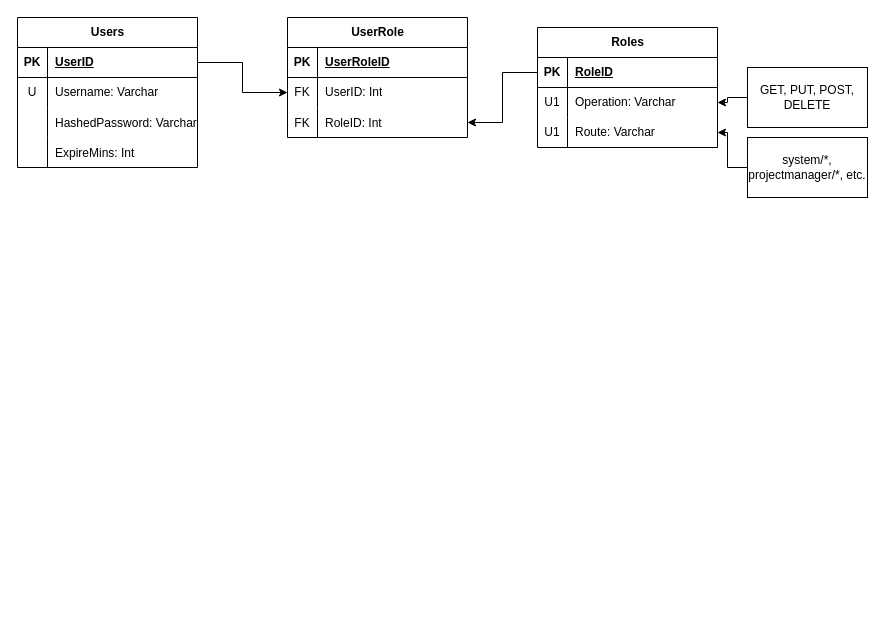
Earlier version of the draw.io diagram Documentation/system.drawio (TheChar/SphereAPI). Source tidied: cells renumbered, new cells numbered last; positions are measured from the earlier drawing's top-left corner, leaving out a move shared by most shapes. Both pictures are drawn from the tidied source at 100%, with x=0, y=0 at pixel (17, 17).
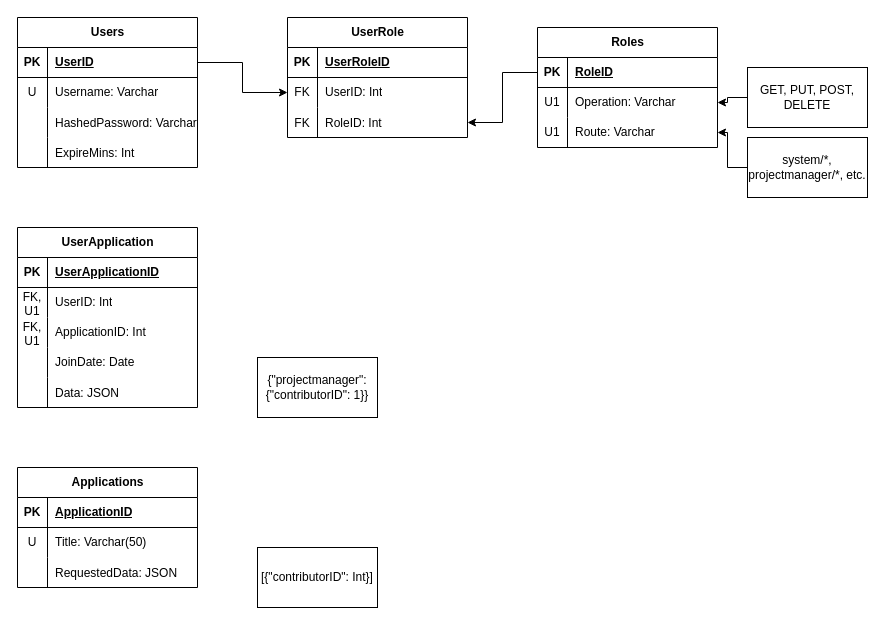
After the change.

Change to the diagram source:
```diff
@@
+    <mxCell id="41" value="Applications" style="shape=table;startSize=30;childLayout=tableLayout;rowLines=0;fontStyle=1;align=center;html=1;" parent="1" vertex="1">
+      <mxGeometry y="450" width="180" height="120" as="geometry" />
+    </mxCell>
+    <mxCell id="42" style="shape=tableRow;horizontal=0;startSize=0;swimlaneHead=0;swimlaneBody=0;fillColor=none;top=0;left=0;right=0;bottom=1;" parent="41" vertex="1">
+      <mxGeometry y="30" width="180" height="30" as="geometry" />
+    </mxCell>
+    <mxCell id="43" value="PK" style="shape=partialRectangle;fillColor=none;top=0;left=0;bottom=0;right=0;fontStyle=1;overflow=hidden;whiteSpace=wrap;html=1;" parent="42" vertex="1">
+      <mxGeometry width="30" height="30" as="geometry" />
+    </mxCell>
+    <mxCell id="44" value="ApplicationID" style="shape=partialRectangle;fillColor=none;top=0;left=0;bottom=0;right=0;align=left;spacingLeft=6;fontStyle=5;overflow=hidden;whiteSpace=wrap;html=1;" parent="42" vertex="1">
+      <mxGeometry x="30" width="150" height="30" as="geometry" />
+    </mxCell>
+    <mxCell id="45" style="shape=tableRow;horizontal=0;startSize=0;swimlaneHead=0;swimlaneBody=0;fillColor=none;top=0;left=0;right=0;bottom=0;" parent="41" vertex="1">
+      <mxGeometry y="60" width="180" height="30" as="geometry" />
+    </mxCell>
+    <mxCell id="46" value="U" style="shape=partialRectangle;fillColor=none;top=0;left=0;bottom=0;right=0;overflow=hidden;whiteSpace=wrap;html=1;" parent="45" vertex="1">
+      <mxGeometry width="30" height="30" as="geometry" />
+    </mxCell>
+    <mxCell id="47" value="Title: Varchar(50)" style="shape=partialRectangle;fillColor=none;top=0;left=0;bottom=0;right=0;align=left;spacingLeft=6;overflow=hidden;whiteSpace=wrap;html=1;" parent="45" vertex="1">
+      <mxGeometry x="30" width="150" height="30" as="geometry" />
+    </mxCell>
+    <mxCell id="48" style="shape=tableRow;horizontal=0;startSize=0;swimlaneHead=0;swimlaneBody=0;fillColor=none;top=0;left=0;right=0;bottom=0;" parent="41" vertex="1">
+      <mxGeometry y="90" width="180" height="30" as="geometry" />
+    </mxCell>
+    <mxCell id="49" style="shape=partialRectangle;fillColor=none;top=0;left=0;bottom=0;right=0;overflow=hidden;" parent="48" vertex="1">
+      <mxGeometry width="30" height="30" as="geometry" />
+    </mxCell>
+    <mxCell id="50" value="RequestedData: JSON" style="shape=partialRectangle;fillColor=none;top=0;left=0;bottom=0;right=0;align=left;spacingLeft=6;overflow=hidden;" parent="48" vertex="1">
+      <mxGeometry x="30" width="150" height="30" as="geometry" />
+    </mxCell>
+    <mxCell id="51" value="UserApplication" style="shape=table;startSize=30;childLayout=tableLayout;rowLines=0;fontStyle=1;align=center;html=1;" parent="1" vertex="1">
+      <mxGeometry y="210" width="180" height="180" as="geometry" />
+    </mxCell>
+    <mxCell id="52" style="shape=tableRow;horizontal=0;startSize=0;swimlaneHead=0;swimlaneBody=0;fillColor=none;top=0;left=0;right=0;bottom=1;" parent="51" vertex="1">
+      <mxGeometry y="30" width="180" height="30" as="geometry" />
+    </mxCell>
+    <mxCell id="53" value="PK" style="shape=partialRectangle;fillColor=none;top=0;left=0;bottom=0;right=0;fontStyle=1;overflow=hidden;whiteSpace=wrap;html=1;" parent="52" vertex="1">
+      <mxGeometry width="30" height="30" as="geometry" />
+    </mxCell>
+    <mxCell id="54" value="UserApplicationID" style="shape=partialRectangle;fillColor=none;top=0;left=0;bottom=0;right=0;align=left;spacingLeft=6;fontStyle=5;overflow=hidden;whiteSpace=wrap;html=1;" parent="52" vertex="1">
+      <mxGeometry x="30" width="150" height="30" as="geometry" />
+    </mxCell>
+    <mxCell id="55" style="shape=tableRow;horizontal=0;startSize=0;swimlaneHead=0;swimlaneBody=0;fillColor=none;top=0;left=0;right=0;bottom=0;" parent="51" vertex="1">
+      <mxGeometry y="60" width="180" height="30" as="geometry" />
+    </mxCell>
+    <mxCell id="56" value="FK,&lt;div&gt;U1&lt;/div&gt;" style="shape=partialRectangle;fillColor=none;top=0;left=0;bottom=0;right=0;overflow=hidden;whiteSpace=wrap;html=1;" parent="55" vertex="1">
+      <mxGeometry width="30" height="30" as="geometry" />
+    </mxCell>
+    <mxCell id="57" value="UserID: Int" style="shape=partialRectangle;fillColor=none;top=0;left=0;bottom=0;right=0;align=left;spacingLeft=6;overflow=hidden;whiteSpace=wrap;html=1;" parent="55" vertex="1">
+      <mxGeometry x="30" width="150" height="30" as="geometry" />
+    </mxCell>
+    <mxCell id="58" style="shape=tableRow;horizontal=0;startSize=0;swimlaneHead=0;swimlaneBody=0;fillColor=none;top=0;left=0;right=0;bottom=0;" parent="51" vertex="1">
+      <mxGeometry y="90" width="180" height="30" as="geometry" />
+    </mxCell>
+    <mxCell id="59" value="FK,&lt;div&gt;U1&lt;/div&gt;" style="shape=partialRectangle;fillColor=none;top=0;left=0;bottom=0;right=0;overflow=hidden;whiteSpace=wrap;html=1;" parent="58" vertex="1">
+      <mxGeometry width="30" height="30" as="geometry" />
+    </mxCell>
+    <mxCell id="60" value="ApplicationID: Int" style="shape=partialRectangle;fillColor=none;top=0;left=0;bottom=0;right=0;align=left;spacingLeft=6;overflow=hidden;whiteSpace=wrap;html=1;" parent="58" vertex="1">
+      <mxGeometry x="30" width="150" height="30" as="geometry" />
+    </mxCell>
+    <mxCell id="61" style="shape=tableRow;horizontal=0;startSize=0;swimlaneHead=0;swimlaneBody=0;fillColor=none;top=0;left=0;right=0;bottom=0;" parent="51" vertex="1">
+      <mxGeometry y="120" width="180" height="30" as="geometry" />
+    </mxCell>
+    <mxCell id="62" style="shape=partialRectangle;fillColor=none;top=0;left=0;bottom=0;right=0;overflow=hidden;whiteSpace=wrap;html=1;" parent="61" vertex="1">
+      <mxGeometry width="30" height="30" as="geometry" />
+    </mxCell>
+    <mxCell id="63" value="JoinDate: Date" style="shape=partialRectangle;fillColor=none;top=0;left=0;bottom=0;right=0;align=left;spacingLeft=6;overflow=hidden;whiteSpace=wrap;html=1;" parent="61" vertex="1">
+      <mxGeometry x="30" width="150" height="30" as="geometry" />
+    </mxCell>
+    <mxCell id="64" style="shape=tableRow;horizontal=0;startSize=0;swimlaneHead=0;swimlaneBody=0;fillColor=none;top=0;left=0;right=0;bottom=0;" parent="51" vertex="1">
+      <mxGeometry y="150" width="180" height="30" as="geometry" />
+    </mxCell>
+    <mxCell id="65" style="shape=partialRectangle;fillColor=none;top=0;left=0;bottom=0;right=0;overflow=hidden;" parent="64" vertex="1">
+      <mxGeometry width="30" height="30" as="geometry" />
+    </mxCell>
+    <mxCell id="66" value="Data: JSON" style="shape=partialRectangle;fillColor=none;top=0;left=0;bottom=0;right=0;align=left;spacingLeft=6;overflow=hidden;" parent="64" vertex="1">
+      <mxGeometry x="30" width="150" height="30" as="geometry" />
+    </mxCell>
+    <mxCell id="67" value="{&quot;projectmanager&quot;: {&quot;contributorID&quot;: 1}}" style="rounded=0;whiteSpace=wrap;html=1;" parent="1" vertex="1">
+      <mxGeometry x="240" y="340" width="120" height="60" as="geometry" />
+    </mxCell>
+    <mxCell id="68" value="[{&quot;contributorID&quot;: Int}]" style="rounded=0;whiteSpace=wrap;html=1;" parent="1" vertex="1">
+      <mxGeometry x="240" y="530" width="120" height="60" as="geometry" />
+    </mxCell>
```
